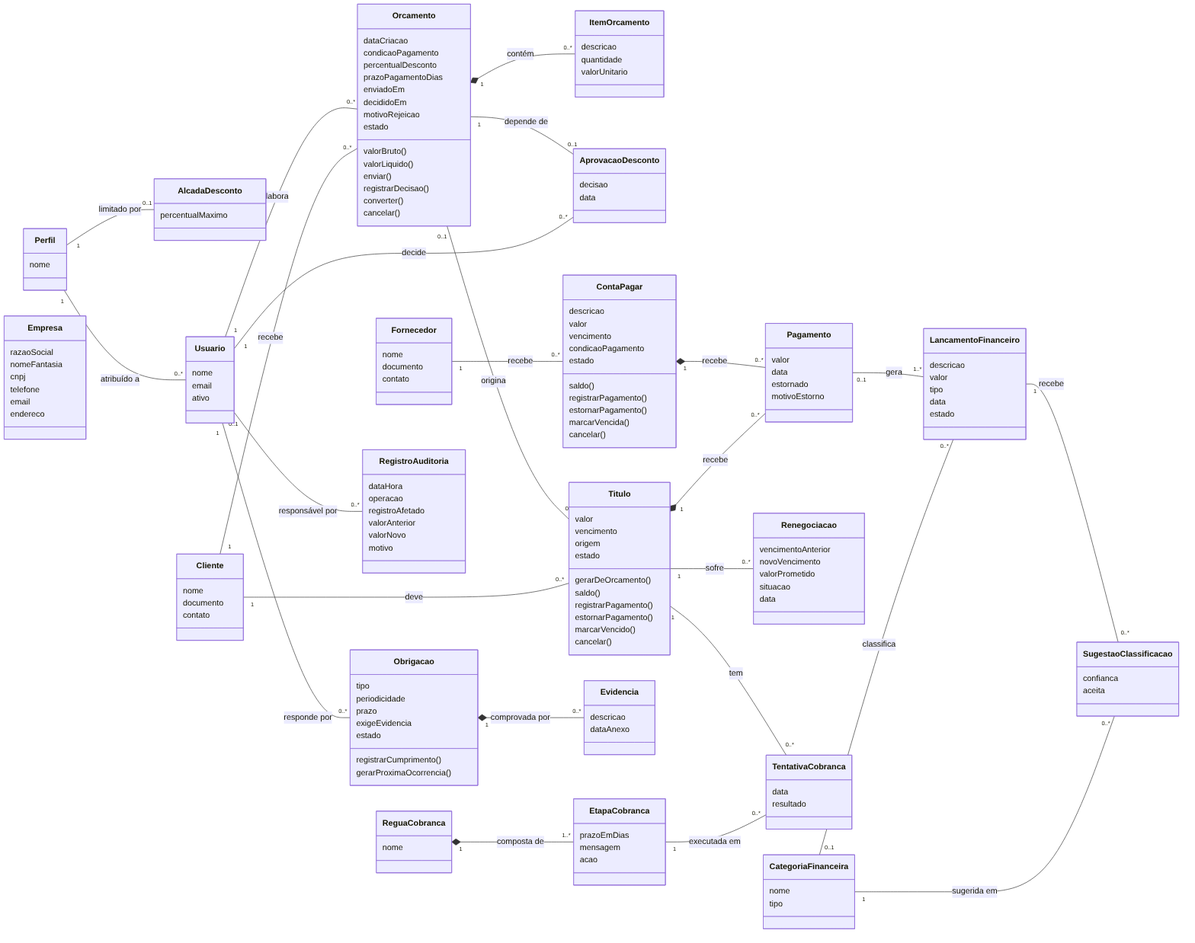
This is docs/uml/dominio-v2.png from pedroguerra0603/Projeto_RemindMe, a Mermaid export, as it was before one commit. Its source is kept beside it as docs/uml/dominio-v2.mmd.
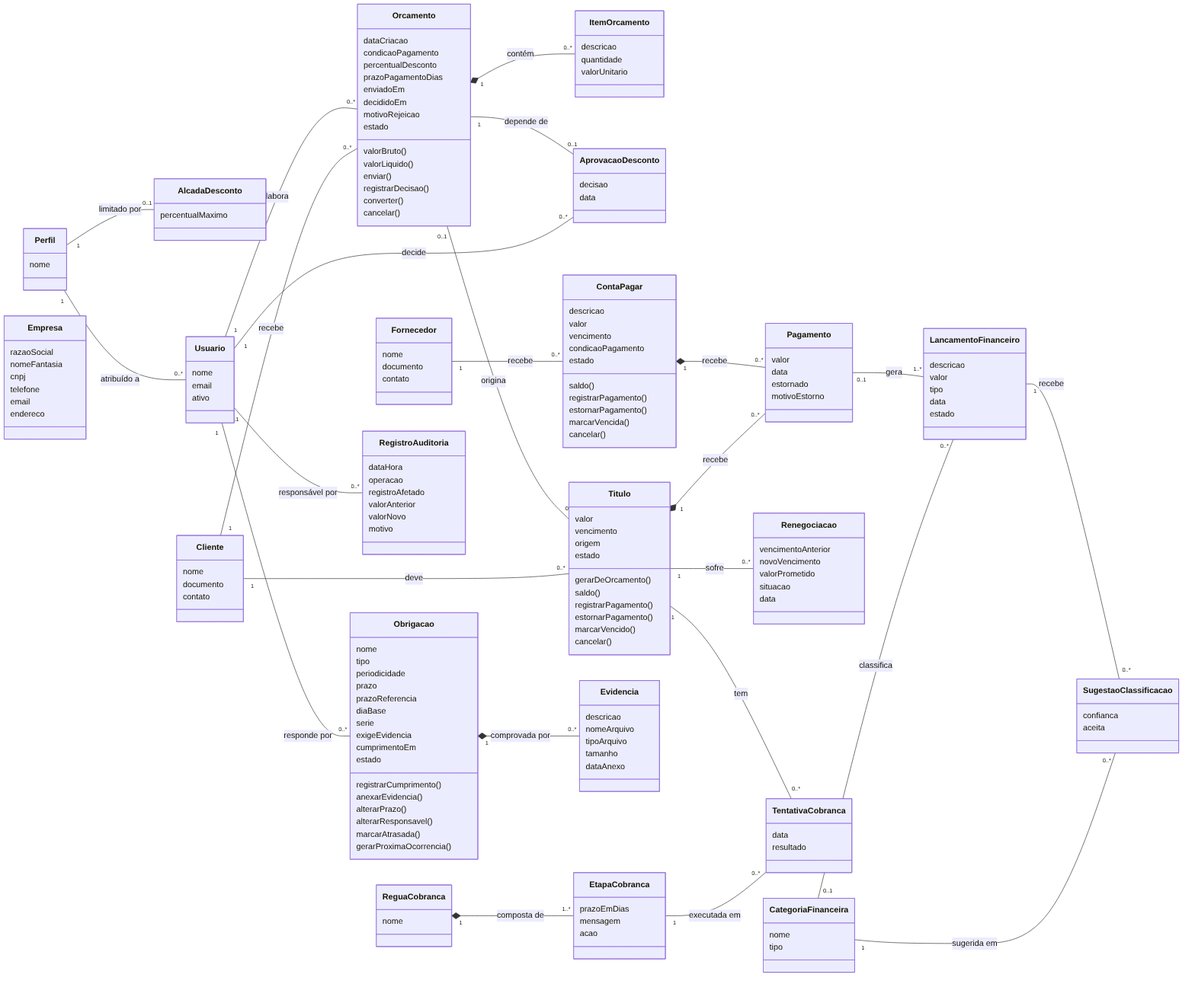
After the change.

Diff of the diagram source:
```diff
@@ -80,16 +80,28 @@
         resultado
     }
     class Obrigacao {
+        nome
         tipo
         periodicidade
         prazo
+        prazoReferencia
+        diaBase
+        serie
         exigeEvidencia
+        cumprimentoEm
         estado
         registrarCumprimento()
+        anexarEvidencia()
+        alterarPrazo()
+        alterarResponsavel()
+        marcarAtrasada()
         gerarProximaOcorrencia()
     }
     class Evidencia {
         descricao
+        nomeArquivo
+        tipoArquivo
+        tamanho
         dataAnexo
     }
     class LancamentoFinanceiro {
```
